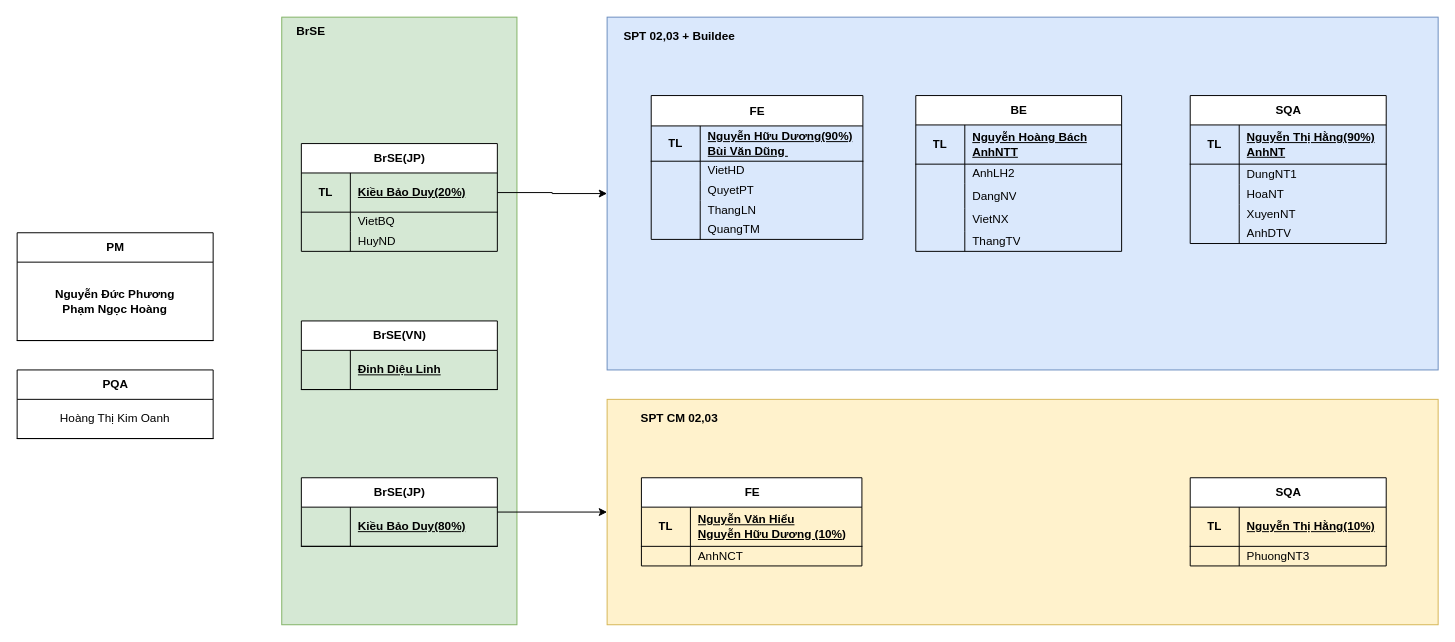
Earlier version of the draw.io diagram page "Bản sao của Cơ cấu team" (8 of 10) of Biểu đồ không có tiêu đề.drawio (hoangpn256/diagram). Source tidied: cells renumbered, new cells numbered last; positions are measured from the earlier drawing's top-left corner, leaving out a move shared by most shapes. Both pictures are drawn from the tidied source at 98%, with x=0, y=0 at pixel (17, 17).
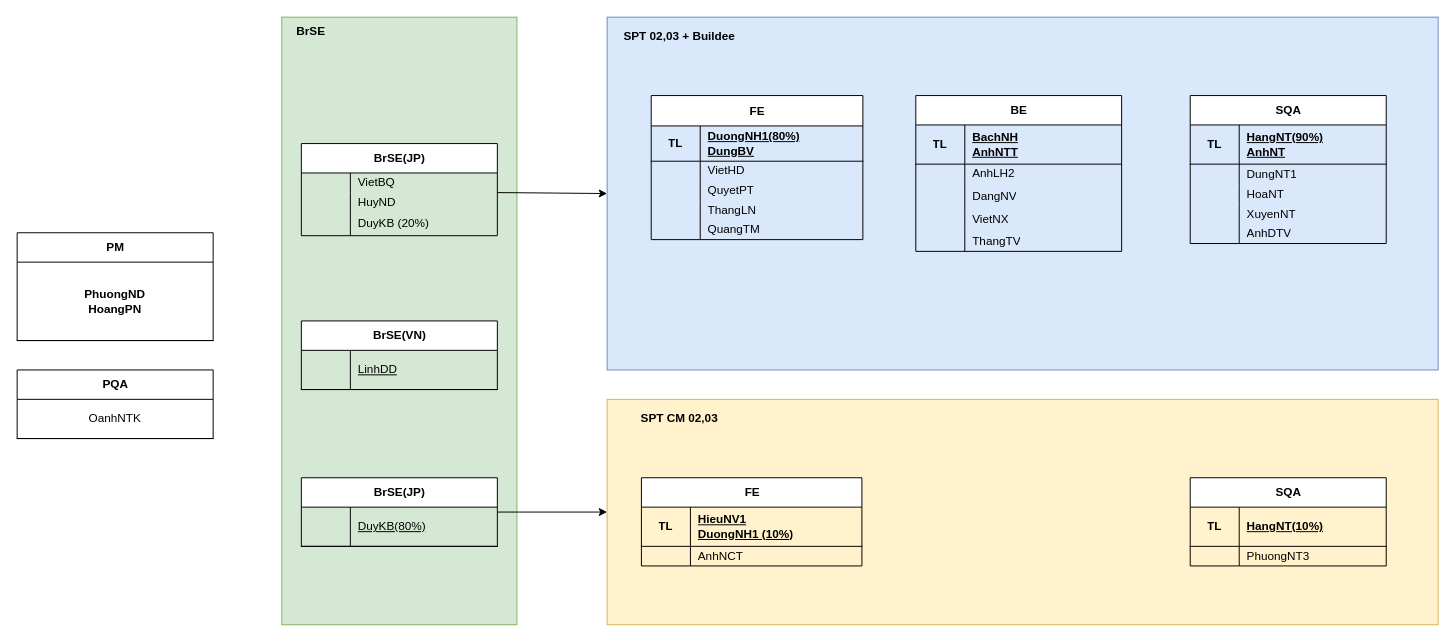
The same diagram, later.

Commit message:
Cập nhật Biểu đồ không có tiêu đề.drawio

Unchanged cells that the change refers to:
```xml
<mxCell id="4" style="rounded=0;whiteSpace=wrap;html=1;fillColor=#dae8fc;strokeColor=#6c8ebf;" parent="1" vertex="1">
  <mxGeometry x="602" width="848" height="360" as="geometry" />
</mxCell>
<mxCell id="6" style="shape=tableRow;horizontal=0;startSize=0;swimlaneHead=0;swimlaneBody=0;fillColor=none;top=0;left=0;right=0;bottom=1;" parent="5" vertex="1">
  <mxGeometry y="31" width="216" height="36" as="geometry" />
</mxCell>
<mxCell id="22" style="shape=tableRow;horizontal=0;startSize=0;swimlaneHead=0;swimlaneBody=0;fillColor=none;top=0;left=0;right=0;bottom=1;" parent="21" vertex="1">
  <mxGeometry y="30" width="210" height="40" as="geometry" />
</mxCell>
<mxCell id="38" style="shape=tableRow;horizontal=0;startSize=0;swimlaneHead=0;swimlaneBody=0;fillColor=none;top=0;left=0;right=0;bottom=1;" parent="37" vertex="1">
  <mxGeometry y="30" width="200" height="40" as="geometry" />
</mxCell>
<mxCell id="64" style="shape=tableRow;horizontal=0;startSize=0;swimlaneHead=0;swimlaneBody=0;fillColor=none;top=0;left=0;right=0;bottom=1;" parent="63" vertex="1">
  <mxGeometry y="30" width="200" height="80" as="geometry" />
</mxCell>
<mxCell id="67" style="shape=tableRow;horizontal=0;startSize=0;swimlaneHead=0;swimlaneBody=0;fillColor=none;top=0;left=0;right=0;bottom=1;" parent="66" vertex="1">
  <mxGeometry y="30" width="200" height="40" as="geometry" />
</mxCell>
<mxCell id="70" style="shape=tableRow;horizontal=0;startSize=0;swimlaneHead=0;swimlaneBody=0;fillColor=none;top=0;left=0;right=0;bottom=1;" parent="69" vertex="1">
  <mxGeometry y="30" width="200" height="40" as="geometry" />
</mxCell>
<mxCell id="74" style="shape=tableRow;horizontal=0;startSize=0;swimlaneHead=0;swimlaneBody=0;fillColor=none;top=0;left=0;right=0;bottom=1;" parent="73" vertex="1">
  <mxGeometry y="30" width="225" height="40" as="geometry" />
</mxCell>
<mxCell id="81" style="shape=tableRow;horizontal=0;startSize=0;swimlaneHead=0;swimlaneBody=0;fillColor=none;top=0;left=0;right=0;bottom=1;" parent="80" vertex="1">
  <mxGeometry y="30" width="200" height="40" as="geometry" />
</mxCell>
<mxCell id="88" style="shape=tableRow;horizontal=0;startSize=0;swimlaneHead=0;swimlaneBody=0;fillColor=none;top=0;left=0;right=0;bottom=1;" parent="87" vertex="1">
  <mxGeometry y="30" width="200" height="40" as="geometry" />
</mxCell>
```

Change to the diagram source:
```diff
@@
     <mxCell id="5" value="FE" style="shape=table;startSize=31;childLayout=tableLayout;rowLines=0;fontStyle=1;align=center;html=1;" parent="1" vertex="1">
-      <mxGeometry x="647" y="80" width="216" height="146.8" as="geometry" />
+      <mxGeometry x="647" y="80" width="216" height="147" as="geometry" />
     </mxCell>
@@
-    <mxCell id="8" value="Nguyễn Hữu Dương(90%)&lt;br&gt;Bùi Văn Dũng&amp;nbsp;" style="shape=partialRectangle;fillColor=none;top=0;left=0;bottom=0;right=0;align=left;spacingLeft=6;fontStyle=5;overflow=hidden;whiteSpace=wrap;html=1;" parent="6" vertex="1">
+    <mxCell id="8" value="DuongNH1(80%)&lt;br&gt;DungBV" style="shape=partialRectangle;fillColor=none;top=0;left=0;bottom=0;right=0;align=left;spacingLeft=6;fontStyle=5;overflow=hidden;whiteSpace=wrap;html=1;" parent="6" vertex="1">
       <mxGeometry x="50" width="166" height="36" as="geometry" />
     </mxCell>
@@
-    <mxCell id="24" value="Nguyễn Hoàng Bách&lt;br&gt;AnhNTT" style="shape=partialRectangle;fillColor=none;top=0;left=0;bottom=0;right=0;align=left;spacingLeft=6;fontStyle=5;overflow=hidden;whiteSpace=wrap;html=1;" parent="22" vertex="1">
+    <mxCell id="24" value="BachNH&lt;br&gt;AnhNTT" style="shape=partialRectangle;fillColor=none;top=0;left=0;bottom=0;right=0;align=left;spacingLeft=6;fontStyle=5;overflow=hidden;whiteSpace=wrap;html=1;" parent="22" vertex="1">
       <mxGeometry x="50" width="160" height="40" as="geometry" />
     </mxCell>
@@
-    <mxCell id="40" value="Nguyễn Thị Hằng(90%)&lt;br&gt;AnhNT" style="shape=partialRectangle;fillColor=none;top=0;left=0;bottom=0;right=0;align=left;spacingLeft=6;fontStyle=5;overflow=hidden;whiteSpace=wrap;html=1;" parent="38" vertex="1">
+    <mxCell id="40" value="HangNT(90%)&lt;br&gt;AnhNT" style="shape=partialRectangle;fillColor=none;top=0;left=0;bottom=0;right=0;align=left;spacingLeft=6;fontStyle=5;overflow=hidden;whiteSpace=wrap;html=1;" parent="38" vertex="1">
       <mxGeometry x="50" width="150" height="40" as="geometry" />
     </mxCell>
@@
     <mxCell id="53" value="BrSE(JP)" style="shape=table;startSize=30;childLayout=tableLayout;rowLines=0;fontStyle=1;align=center;html=1;" parent="1" vertex="1">
-      <mxGeometry x="290" y="129" width="200" height="110" as="geometry" />
+      <mxGeometry x="290" y="129" width="200" height="94" as="geometry" />
     </mxCell>
-    <mxCell id="54" style="shape=tableRow;horizontal=0;startSize=0;swimlaneHead=0;swimlaneBody=0;fillColor=none;points=[[0,0.5],[1,0.5]];portConstraint=eastwest;top=0;left=0;right=0;bottom=1;" parent="53" vertex="1">
-      <mxGeometry y="30" width="200" height="40" as="geometry" />
-    </mxCell>
-    <mxCell id="55" value="TL" style="shape=partialRectangle;fillColor=none;top=0;left=0;bottom=0;right=0;fontStyle=1;overflow=hidden;whiteSpace=wrap;html=1;" parent="54" vertex="1">
-      <mxGeometry width="50" height="40" as="geometry" />
-    </mxCell>
-    <mxCell id="56" value="Kiều Bảo Duy(20%)" style="shape=partialRectangle;fillColor=none;top=0;left=0;bottom=0;right=0;align=left;spacingLeft=6;fontStyle=5;overflow=hidden;whiteSpace=wrap;html=1;" parent="54" vertex="1">
-      <mxGeometry x="50" width="150" height="40" as="geometry" />
-    </mxCell>
     <mxCell id="57" style="shape=tableRow;horizontal=0;startSize=0;swimlaneHead=0;swimlaneBody=0;fillColor=none;top=0;left=0;right=0;bottom=0;" parent="53" vertex="1">
-      <mxGeometry y="70" width="200" height="20" as="geometry" />
+      <mxGeometry y="30" width="200" height="20" as="geometry" />
     </mxCell>
@@
     <mxCell id="60" style="shape=tableRow;horizontal=0;startSize=0;swimlaneHead=0;swimlaneBody=0;fillColor=none;top=0;left=0;right=0;bottom=0;" parent="53" vertex="1">
-      <mxGeometry y="90" width="200" height="20" as="geometry" />
+      <mxGeometry y="50" width="200" height="20" as="geometry" />
     </mxCell>
@@
+    <mxCell id="96" style="shape=tableRow;horizontal=0;startSize=0;swimlaneHead=0;swimlaneBody=0;fillColor=none;top=0;left=0;right=0;bottom=0;" parent="53" vertex="1">
+      <mxGeometry y="70" width="200" height="24" as="geometry" />
+    </mxCell>
+    <mxCell id="97" style="shape=partialRectangle;fillColor=none;top=0;left=0;bottom=0;right=0;overflow=hidden;whiteSpace=wrap;html=1;" parent="96" vertex="1">
+      <mxGeometry width="50" height="24" as="geometry" />
+    </mxCell>
+    <mxCell id="98" value="DuyKB (20%)" style="shape=partialRectangle;fillColor=none;top=0;left=0;bottom=0;right=0;align=left;spacingLeft=6;overflow=hidden;whiteSpace=wrap;html=1;" parent="96" vertex="1">
+      <mxGeometry x="50" width="150" height="24" as="geometry" />
+    </mxCell>
@@
-    <mxCell id="65" value="Nguyễn Đức Phương&lt;br&gt;Phạm Ngọc Hoàng" style="shape=partialRectangle;fillColor=none;top=0;left=0;bottom=0;right=0;fontStyle=1;overflow=hidden;whiteSpace=wrap;html=1;" parent="64" vertex="1">
+    <mxCell id="65" value="PhuongND&lt;br&gt;HoangPN" style="shape=partialRectangle;fillColor=none;top=0;left=0;bottom=0;right=0;fontStyle=1;overflow=hidden;whiteSpace=wrap;html=1;" parent="64" vertex="1">
       <mxGeometry width="200" height="80" as="geometry" />
     </mxCell>
@@
-    <mxCell id="68" value="&lt;span style=&quot;font-weight: normal;&quot;&gt;Hoàng Thị Kim Oanh&lt;/span&gt;" style="shape=partialRectangle;fillColor=none;top=0;left=0;bottom=0;right=0;fontStyle=1;overflow=hidden;whiteSpace=wrap;html=1;" parent="67" vertex="1">
+    <mxCell id="68" value="&lt;span style=&quot;font-weight: normal;&quot;&gt;OanhNTK&lt;/span&gt;" style="shape=partialRectangle;fillColor=none;top=0;left=0;bottom=0;right=0;fontStyle=1;overflow=hidden;whiteSpace=wrap;html=1;" parent="67" vertex="1">
       <mxGeometry width="200" height="40" as="geometry" />
     </mxCell>
@@
-    <mxCell id="72" value="Đinh Diệu Linh" style="shape=partialRectangle;fillColor=none;top=0;left=0;bottom=0;right=0;align=left;spacingLeft=6;fontStyle=5;overflow=hidden;whiteSpace=wrap;html=1;" parent="70" vertex="1">
+    <mxCell id="72" value="LinhDD" style="shape=partialRectangle;fillColor=none;top=0;left=0;bottom=0;right=0;align=left;spacingLeft=6;fontStyle=4;overflow=hidden;whiteSpace=wrap;html=1;" parent="70" vertex="1">
       <mxGeometry x="50" width="150" height="40" as="geometry" />
     </mxCell>
@@
-    <mxCell id="76" value="Nguyễn Văn Hiểu&lt;br&gt;Nguyễn Hữu Dương (10%)" style="shape=partialRectangle;fillColor=none;top=0;left=0;bottom=0;right=0;align=left;spacingLeft=6;fontStyle=5;overflow=hidden;whiteSpace=wrap;html=1;" parent="74" vertex="1">
+    <mxCell id="76" value="HieuNV1&lt;br&gt;DuongNH1 (10%)" style="shape=partialRectangle;fillColor=none;top=0;left=0;bottom=0;right=0;align=left;spacingLeft=6;fontStyle=5;overflow=hidden;whiteSpace=wrap;html=1;" parent="74" vertex="1">
       <mxGeometry x="50" width="175" height="40" as="geometry" />
     </mxCell>
@@
-    <mxCell id="83" value="Nguyễn Thị Hằng(10%)" style="shape=partialRectangle;fillColor=none;top=0;left=0;bottom=0;right=0;align=left;spacingLeft=6;fontStyle=5;overflow=hidden;whiteSpace=wrap;html=1;" parent="81" vertex="1">
+    <mxCell id="83" value="HangNT(10%)" style="shape=partialRectangle;fillColor=none;top=0;left=0;bottom=0;right=0;align=left;spacingLeft=6;fontStyle=5;overflow=hidden;whiteSpace=wrap;html=1;" parent="81" vertex="1">
       <mxGeometry x="50" width="150" height="40" as="geometry" />
     </mxCell>
@@
-    <mxCell id="90" value="Kiều Bảo Duy(80%)" style="shape=partialRectangle;fillColor=none;top=0;left=0;bottom=0;right=0;align=left;spacingLeft=6;fontStyle=5;overflow=hidden;whiteSpace=wrap;html=1;" parent="88" vertex="1">
+    <mxCell id="90" value="DuyKB(80%)" style="shape=partialRectangle;fillColor=none;top=0;left=0;bottom=0;right=0;align=left;spacingLeft=6;fontStyle=4;overflow=hidden;whiteSpace=wrap;html=1;" parent="88" vertex="1">
       <mxGeometry x="50" width="150" height="40" as="geometry" />
     </mxCell>
@@
-    <mxCell id="94" style="edgeStyle=orthogonalEdgeStyle;rounded=0;jettySize=auto;html=1;exitX=1;exitY=0.5;exitDx=0;exitDy=0;" parent="1" edge="1" source="54" target="4">
-      <mxGeometry relative="1" as="geometry" />
+    <mxCell id="94" style="edgeStyle=orthogonalEdgeStyle;rounded=0;jettySize=auto;html=1;exitX=1;exitY=0.5;exitDx=0;exitDy=0;" parent="1" edge="1" target="4">
+      <mxGeometry relative="1" as="geometry">
+        <mxPoint x="490" y="179" as="sourcePoint" />
+      </mxGeometry>
     </mxCell>
```
